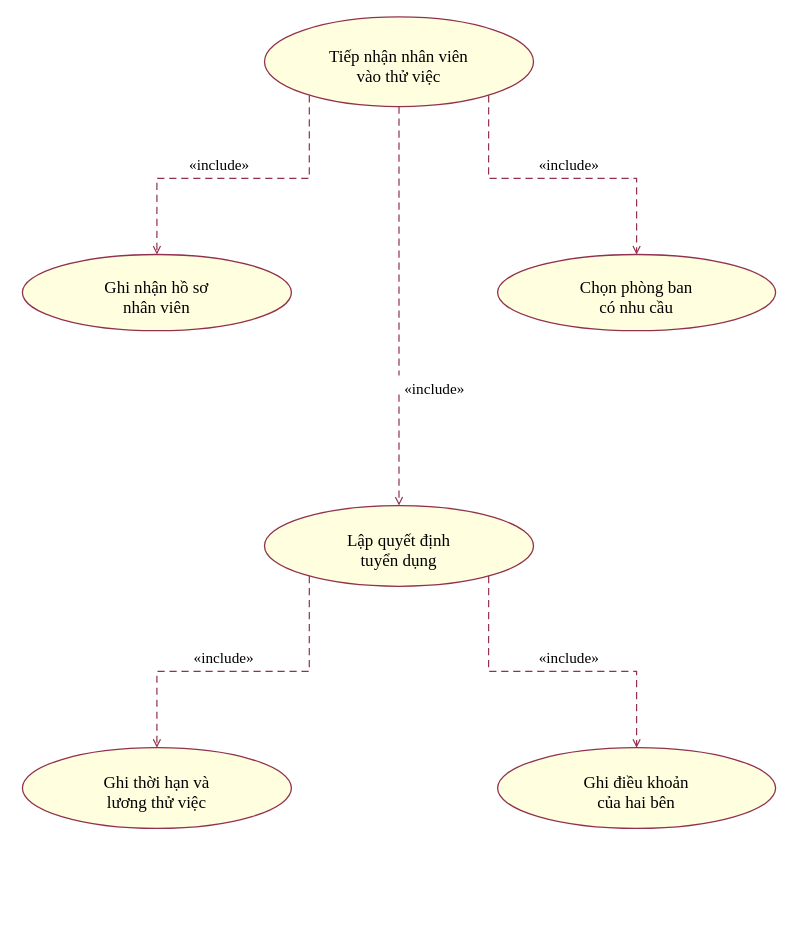
Before: LAB7/UML/05_PhanRa_ThuViec.drawio in kanishere55/LAB_AT_OOSD, a draw.io diagram. Source tidied: cells renumbered, new cells numbered last; positions are measured from the earlier drawing's top-left corner, leaving out a move shared by most shapes. Both pictures are drawn from the tidied source at 100%, with x=0, y=0 at pixel (22, 16).
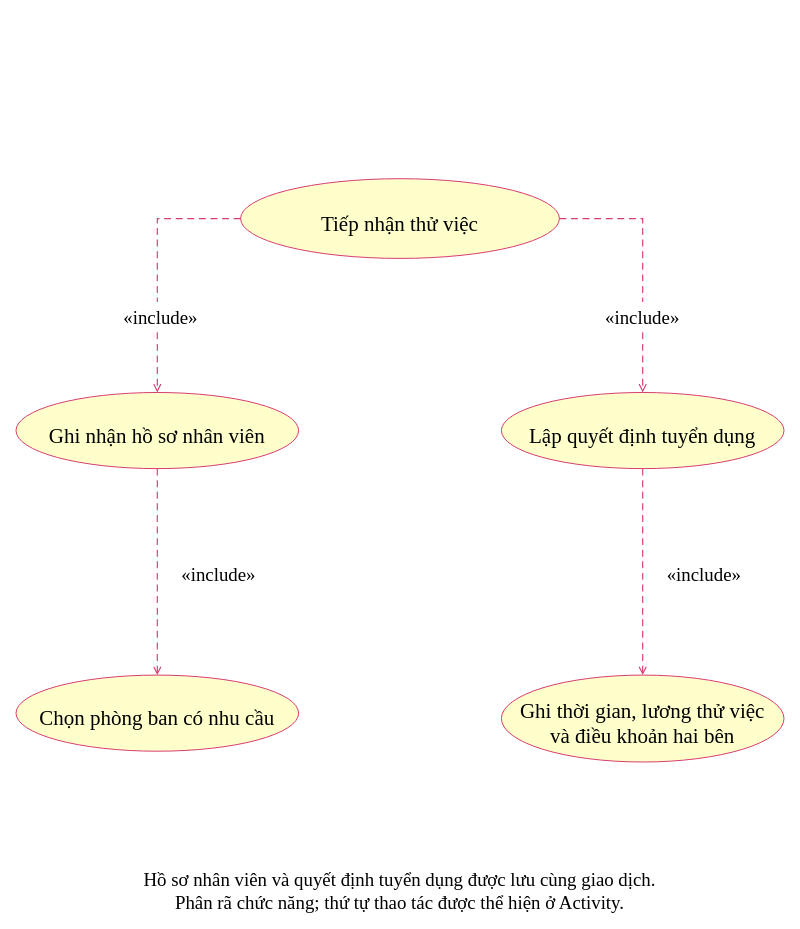
The same diagram, later.

What changed in the source:
```diff
@@
-    <mxCell id="2" style="html=0;fillColor=#ffffdf;strokeColor=#92314d;strokeWidth=1.3;fontFamily=Times New Roman;shape=ellipse;" parent="1" vertex="1">
-      <mxGeometry x="242" y="0.4" width="269" height="89.7" as="geometry" />
-    </mxCell>
+    <mxCell id="24" style="group;html=0;" parent="1" vertex="1">
+      <mxGeometry x="218.1" y="162.2" width="318.8" height="79.7" as="geometry" />
+    </mxCell>
-    <mxCell id="3" value="Tiếp nhận nhân viên&#10;vào thử việc" style="text;html=0;strokeColor=none;fillColor=none;fontFamily=Times New Roman;fontSize=17.036666666666665;fontStyle=0;align=center;verticalAlign=top;spacing=0;whiteSpace=nowrap;overflow=visible;" parent="1" vertex="1">
-      <mxGeometry x="282.2" y="25" width="188.4" height="41.6" as="geometry" />
+    <mxCell id="3" style="shape=ellipse;fillColor=#ffffcc;strokeColor=#d83d70;" parent="24" vertex="1">
+      <mxGeometry width="318.8" height="79.7" as="geometry" />
     </mxCell>
-    <mxCell id="4" style="html=0;fillColor=#ffffdf;strokeColor=#92314d;strokeWidth=1.3;fontFamily=Times New Roman;shape=ellipse;" parent="1" vertex="1">
-      <mxGeometry x="-0.1" y="238" width="269" height="76.2" as="geometry" />
-    </mxCell>
-    <mxCell id="5" value="Ghi nhận hồ sơ&#10;nhân viên" style="text;html=0;strokeColor=none;fillColor=none;fontFamily=Times New Roman;fontSize=17.036666666666665;fontStyle=0;align=center;verticalAlign=top;spacing=0;whiteSpace=nowrap;overflow=visible;" parent="1" vertex="1">
-      <mxGeometry x="64" y="255.9" width="140.7" height="41.6" as="geometry" />
+    <mxCell id="5" value="Tiếp nhận thử việc" style="text;html=0;strokeColor=none;fillColor=none;fontFamily=Times New Roman;fontColor=#000000;fontSize=21.012;fontStyle=0;align=center;verticalAlign=top;spacing=0;whiteSpace=nowrap;overflow=visible;" parent="24" vertex="1">
+      <mxGeometry x="78.5" y="27.5" width="161.7" height="28.4" as="geometry" />
     </mxCell>
-    <mxCell id="6" style="html=0;fillColor=#ffffdf;strokeColor=#92314d;strokeWidth=1.3;fontFamily=Times New Roman;shape=ellipse;" parent="1" vertex="1">
-      <mxGeometry x="475.1" y="238" width="278" height="76.2" as="geometry" />
-    </mxCell>
+    <mxCell id="25" style="group;html=0;" parent="1" vertex="1">
+      <mxGeometry x="-6.5" y="376" width="282.6" height="76.1" as="geometry" />
+    </mxCell>
-    <mxCell id="7" value="Chọn phòng ban&#10;có nhu cầu" style="text;html=0;strokeColor=none;fillColor=none;fontFamily=Times New Roman;fontSize=17.036666666666665;fontStyle=0;align=center;verticalAlign=top;spacing=0;whiteSpace=nowrap;overflow=visible;" parent="1" vertex="1">
-      <mxGeometry x="543.7" y="255.9" width="140.7" height="41.6" as="geometry" />
+    <mxCell id="7" style="shape=ellipse;fillColor=#ffffcc;strokeColor=#d83d70;" parent="25" vertex="1">
+      <mxGeometry width="282.6" height="76.1" as="geometry" />
     </mxCell>
-    <mxCell id="8" style="html=0;fillColor=#ffffdf;strokeColor=#92314d;strokeWidth=1.3;fontFamily=Times New Roman;shape=ellipse;" parent="1" vertex="1">
-      <mxGeometry x="242" y="489.1" width="269" height="80.7" as="geometry" />
-    </mxCell>
-    <mxCell id="9" value="Lập quyết định&#10;tuyển dụng" style="text;html=0;strokeColor=none;fillColor=none;fontFamily=Times New Roman;fontSize=17.036666666666665;fontStyle=0;align=center;verticalAlign=top;spacing=0;whiteSpace=nowrap;overflow=visible;" parent="1" vertex="1">
-      <mxGeometry x="306.1" y="509.2" width="140.7" height="41.6" as="geometry" />
+    <mxCell id="9" value="Ghi nhận hồ sơ nhân viên" style="text;html=0;strokeColor=none;fillColor=none;fontFamily=Times New Roman;fontColor=#000000;fontSize=21.012;fontStyle=0;align=center;verticalAlign=top;spacing=0;whiteSpace=nowrap;overflow=visible;" parent="25" vertex="1">
+      <mxGeometry x="31.3" y="25.6" width="219.9" height="28.4" as="geometry" />
     </mxCell>
-    <mxCell id="10" style="html=0;fillColor=#ffffdf;strokeColor=#92314d;strokeWidth=1.3;fontFamily=Times New Roman;shape=ellipse;" parent="1" vertex="1">
-      <mxGeometry x="-0.1" y="731.2" width="269" height="80.7" as="geometry" />
-    </mxCell>
+    <mxCell id="26" style="group;html=0;" parent="1" vertex="1">
+      <mxGeometry x="478.9" y="376" width="282.6" height="76.1" as="geometry" />
+    </mxCell>
-    <mxCell id="11" value="Ghi thời hạn và&#10;lương thử việc" style="text;html=0;strokeColor=none;fillColor=none;fontFamily=Times New Roman;fontSize=17.036666666666665;fontStyle=0;align=center;verticalAlign=top;spacing=0;whiteSpace=nowrap;overflow=visible;" parent="1" vertex="1">
-      <mxGeometry x="59.2" y="751.3" width="150.3" height="41.6" as="geometry" />
+    <mxCell id="11" style="shape=ellipse;fillColor=#ffffcc;strokeColor=#d83d70;" parent="26" vertex="1">
+      <mxGeometry width="282.6" height="76.1" as="geometry" />
     </mxCell>
-    <mxCell id="12" style="html=0;fillColor=#ffffdf;strokeColor=#92314d;strokeWidth=1.3;fontFamily=Times New Roman;shape=ellipse;" parent="1" vertex="1">
-      <mxGeometry x="475.1" y="731.2" width="278" height="80.7" as="geometry" />
-    </mxCell>
-    <mxCell id="13" value="Ghi điều khoản&#10;của hai bên" style="text;html=0;strokeColor=none;fillColor=none;fontFamily=Times New Roman;fontSize=17.036666666666665;fontStyle=0;align=center;verticalAlign=top;spacing=0;whiteSpace=nowrap;overflow=visible;" parent="1" vertex="1">
-      <mxGeometry x="543.7" y="751.3" width="140.7" height="41.6" as="geometry" />
+    <mxCell id="13" value="Lập quyết định tuyển dụng" style="text;html=0;strokeColor=none;fillColor=none;fontFamily=Times New Roman;fontColor=#000000;fontSize=21.012;fontStyle=0;align=center;verticalAlign=top;spacing=0;whiteSpace=nowrap;overflow=visible;" parent="26" vertex="1">
+      <mxGeometry x="26.1" y="25.6" width="230.4" height="28.4" as="geometry" />
     </mxCell>
+    <mxCell id="27" style="group;html=0;" parent="1" vertex="1">
+      <mxGeometry x="-6.5" y="658.6" width="282.6" height="76.1" as="geometry" />
+    </mxCell>
-    <mxCell id="14" style="edgeStyle=none;noEdgeStyle=1;rounded=0;strokeColor=#92314d;strokeWidth=1.2;endArrow=open;endFill=0;startArrow=none;startFill=1;dashed=1;dashPattern=6 4;exitX=0.16666666666666666;exitY=0.8726779962499649;exitPerimeter=0;entryX=0.5;entryY=0.0;entryPerimeter=0;" parent="1" edge="1" source="2" target="4">
-      <mxGeometry relative="1" as="geometry">
-        <Array as="points">
-          <mxPoint x="286.8" y="161.8" />
-          <mxPoint x="134.4" y="161.8" />
-        </Array>
-      </mxGeometry>
+    <mxCell id="14" style="shape=ellipse;fillColor=#ffffcc;strokeColor=#d83d70;" parent="27" vertex="1">
+      <mxGeometry width="282.6" height="76.1" as="geometry" />
     </mxCell>
-    <mxCell id="15" value="«include»" style="text;html=0;strokeColor=none;fillColor=#ffffff;fontFamily=Times New Roman;fontSize=15.243333333333332;fontStyle=0;align=center;verticalAlign=top;spacing=0;whiteSpace=nowrap;overflow=visible;" parent="1" vertex="1">
-      <mxGeometry x="155.1" y="134.9" width="84" height="18.6" as="geometry" />
+    <mxCell id="15" value="Chọn phòng ban có nhu cầu" style="text;html=0;strokeColor=none;fillColor=none;fontFamily=Times New Roman;fontColor=#000000;fontSize=21.012;fontStyle=0;align=center;verticalAlign=top;spacing=0;whiteSpace=nowrap;overflow=visible;" parent="27" vertex="1">
+      <mxGeometry x="21.7" y="25.6" width="239.1" height="28.4" as="geometry" />
     </mxCell>
+    <mxCell id="28" style="group;html=0;" parent="1" vertex="1">
+      <mxGeometry x="478.9" y="658.6" width="282.6" height="86.9" as="geometry" />
+    </mxCell>
-    <mxCell id="16" style="edgeStyle=none;noEdgeStyle=1;rounded=0;strokeColor=#92314d;strokeWidth=1.2;endArrow=open;endFill=0;startArrow=none;startFill=1;dashed=1;dashPattern=6 4;exitX=0.8333333333333334;exitY=0.8726779962499649;exitPerimeter=0;entryX=0.5;entryY=0.0;entryPerimeter=0;" parent="1" edge="1" source="2" target="6">
-      <mxGeometry relative="1" as="geometry">
-        <Array as="points">
-          <mxPoint x="466.1" y="161.8" />
-          <mxPoint x="614.1" y="161.8" />
-        </Array>
-      </mxGeometry>
+    <mxCell id="16" style="shape=ellipse;fillColor=#ffffcc;strokeColor=#d83d70;" parent="28" vertex="1">
+      <mxGeometry width="282.6" height="86.9" as="geometry" />
     </mxCell>
-    <mxCell id="17" value="«include»" style="text;html=0;strokeColor=none;fillColor=#ffffff;fontFamily=Times New Roman;fontSize=15.243333333333332;fontStyle=0;align=center;verticalAlign=top;spacing=0;whiteSpace=nowrap;overflow=visible;" parent="1" vertex="1">
-      <mxGeometry x="504.8" y="134.9" width="84" height="18.6" as="geometry" />
+    <mxCell id="17" value="Ghi thời gian, lương thử việc&#10;và điều khoản hai bên" style="text;html=0;strokeColor=none;fillColor=none;fontFamily=Times New Roman;fontColor=#000000;fontSize=21.012;fontStyle=0;align=center;verticalAlign=top;spacing=0;whiteSpace=nowrap;overflow=visible;" parent="28" vertex="1">
+      <mxGeometry x="17.1" y="18.7" width="248.3" height="53.2" as="geometry" />
     </mxCell>
-    <mxCell id="18" style="edgeStyle=none;noEdgeStyle=1;rounded=0;strokeColor=#92314d;strokeWidth=1.2;endArrow=open;endFill=0;startArrow=none;startFill=1;dashed=1;dashPattern=6 4;exitX=0.5;exitY=1.0;exitPerimeter=0;entryX=0.5;entryY=0.0;entryPerimeter=0;" parent="1" edge="1" source="2" target="8">
-      <mxGeometry relative="1" as="geometry" />
+    <mxCell id="18" style="edgeStyle=none;noEdgeStyle=1;rounded=0;jumpStyle=arc;jumpSize=6;strokeColor=#d83d70;strokeWidth=1.159;endArrow=open;endFill=0;startArrow=none;startFill=1;dashed=1;dashPattern=6 4;exitX=0.0;exitY=0.5;exitPerimeter=0;entryX=0.5;entryY=0.0;entryPerimeter=0;" parent="1" edge="1" source="24" target="25">
+      <mxGeometry relative="1" as="geometry">
+        <Array as="points">
+          <mxPoint x="134.8" y="202.1" />
+        </Array>
+      </mxGeometry>
     </mxCell>
-    <mxCell id="19" value="«include»" style="text;html=0;strokeColor=none;fillColor=#ffffff;fontFamily=Times New Roman;fontSize=15.243333333333332;fontStyle=0;align=center;verticalAlign=top;spacing=0;whiteSpace=nowrap;overflow=visible;" parent="1" vertex="1">
-      <mxGeometry x="370.3" y="359" width="84" height="18.6" as="geometry" />
+    <mxCell id="19" value="«include»" style="text;html=0;strokeColor=none;fillColor=#ffffff;fontFamily=Times New Roman;fontColor=#000000;fontSize=18.838;fontStyle=0;align=center;verticalAlign=top;spacing=0;whiteSpace=nowrap;overflow=visible;" parent="1" vertex="1">
+      <mxGeometry x="99.1" y="285.4" width="78.6" height="25.9" as="geometry" />
     </mxCell>
-    <mxCell id="20" style="edgeStyle=none;noEdgeStyle=1;rounded=0;strokeColor=#92314d;strokeWidth=1.2;endArrow=open;endFill=0;startArrow=none;startFill=1;dashed=1;dashPattern=6 4;exitX=0.16666666666666666;exitY=0.8726779962499651;exitPerimeter=0;entryX=0.5;entryY=0.0;entryPerimeter=0;" parent="1" edge="1" source="8" target="10">
+    <mxCell id="20" style="edgeStyle=none;noEdgeStyle=1;rounded=0;jumpStyle=arc;jumpSize=6;strokeColor=#d83d70;strokeWidth=1.159;endArrow=open;endFill=0;startArrow=none;startFill=1;dashed=1;dashPattern=6 4;exitX=1.0;exitY=0.5;exitPerimeter=0;entryX=0.5;entryY=0.0;entryPerimeter=0;" parent="1" edge="1" source="24" target="26">
       <mxGeometry relative="1" as="geometry">
         <Array as="points">
-          <mxPoint x="286.8" y="654.9" />
-          <mxPoint x="134.4" y="654.9" />
+          <mxPoint x="620.2" y="202.1" />
         </Array>
       </mxGeometry>
     </mxCell>
-    <mxCell id="21" value="«include»" style="text;html=0;strokeColor=none;fillColor=#ffffff;fontFamily=Times New Roman;fontSize=15.243333333333332;fontStyle=0;align=center;verticalAlign=top;spacing=0;whiteSpace=nowrap;overflow=visible;" parent="1" vertex="1">
-      <mxGeometry x="159.6" y="628" width="84" height="18.6" as="geometry" />
+    <mxCell id="21" value="«include»" style="text;html=0;strokeColor=none;fillColor=#ffffff;fontFamily=Times New Roman;fontColor=#000000;fontSize=18.838;fontStyle=0;align=center;verticalAlign=top;spacing=0;whiteSpace=nowrap;overflow=visible;" parent="1" vertex="1">
+      <mxGeometry x="580.9" y="285.4" width="78.6" height="25.9" as="geometry" />
     </mxCell>
-    <mxCell id="22" style="edgeStyle=none;noEdgeStyle=1;rounded=0;strokeColor=#92314d;strokeWidth=1.2;endArrow=open;endFill=0;startArrow=none;startFill=1;dashed=1;dashPattern=6 4;exitX=0.8333333333333334;exitY=0.8726779962499651;exitPerimeter=0;entryX=0.5;entryY=0.0;entryPerimeter=0;" parent="1" edge="1" source="8" target="12">
-      <mxGeometry relative="1" as="geometry">
-        <Array as="points">
-          <mxPoint x="466.1" y="654.9" />
-          <mxPoint x="614.1" y="654.9" />
-        </Array>
-      </mxGeometry>
+    <mxCell id="22" style="edgeStyle=none;noEdgeStyle=1;rounded=0;jumpStyle=arc;jumpSize=6;strokeColor=#d83d70;strokeWidth=1.159;endArrow=open;endFill=0;startArrow=none;startFill=1;dashed=1;dashPattern=6 4;exitX=0.5;exitY=1.0;exitPerimeter=0;entryX=0.5;entryY=0.0;entryPerimeter=0;" parent="1" edge="1" source="25" target="27">
+      <mxGeometry relative="1" as="geometry" />
     </mxCell>
-    <mxCell id="23" value="«include»" style="text;html=0;strokeColor=none;fillColor=#ffffff;fontFamily=Times New Roman;fontSize=15.243333333333332;fontStyle=0;align=center;verticalAlign=top;spacing=0;whiteSpace=nowrap;overflow=visible;" parent="1" vertex="1">
-      <mxGeometry x="504.8" y="628" width="84" height="18.6" as="geometry" />
+    <mxCell id="23" value="«include»" style="text;html=0;strokeColor=none;fillColor=#ffffff;fontFamily=Times New Roman;fontColor=#000000;fontSize=18.838;fontStyle=0;align=center;verticalAlign=top;spacing=0;whiteSpace=nowrap;overflow=visible;" parent="1" vertex="1">
+      <mxGeometry x="157.1" y="542.6" width="78.6" height="25.9" as="geometry" />
     </mxCell>
+    <mxCell id="29" style="edgeStyle=none;noEdgeStyle=1;rounded=0;jumpStyle=arc;jumpSize=6;strokeColor=#d83d70;strokeWidth=1.159;endArrow=open;endFill=0;startArrow=none;startFill=1;dashed=1;dashPattern=6 4;exitX=0.5;exitY=1.0;exitPerimeter=0;entryX=0.5;entryY=0.0;entryPerimeter=0;" parent="1" edge="1" source="26" target="28">
+      <mxGeometry relative="1" as="geometry" />
+    </mxCell>
+    <mxCell id="30" value="«include»" style="text;html=0;strokeColor=none;fillColor=#ffffff;fontFamily=Times New Roman;fontColor=#000000;fontSize=18.838;fontStyle=0;align=center;verticalAlign=top;spacing=0;whiteSpace=nowrap;overflow=visible;" parent="1" vertex="1">
+      <mxGeometry x="642.5" y="542.6" width="78.6" height="25.9" as="geometry" />
+    </mxCell>
+    <mxCell id="31" value="Hồ sơ nhân viên và quyết định tuyển dụng được lưu cùng giao dịch.&#10;Phân rã chức năng; thứ tự thao tác được thể hiện ở Activity." style="text;html=0;strokeColor=none;fillColor=none;fontFamily=Times New Roman;fontColor=#000000;fontSize=18.838;fontStyle=0;align=center;verticalAlign=top;spacing=0;whiteSpace=nowrap;overflow=visible;" parent="1" vertex="1">
+      <mxGeometry x="119.4" y="846.9" width="516.2" height="48.1" as="geometry" />
+    </mxCell>
```
